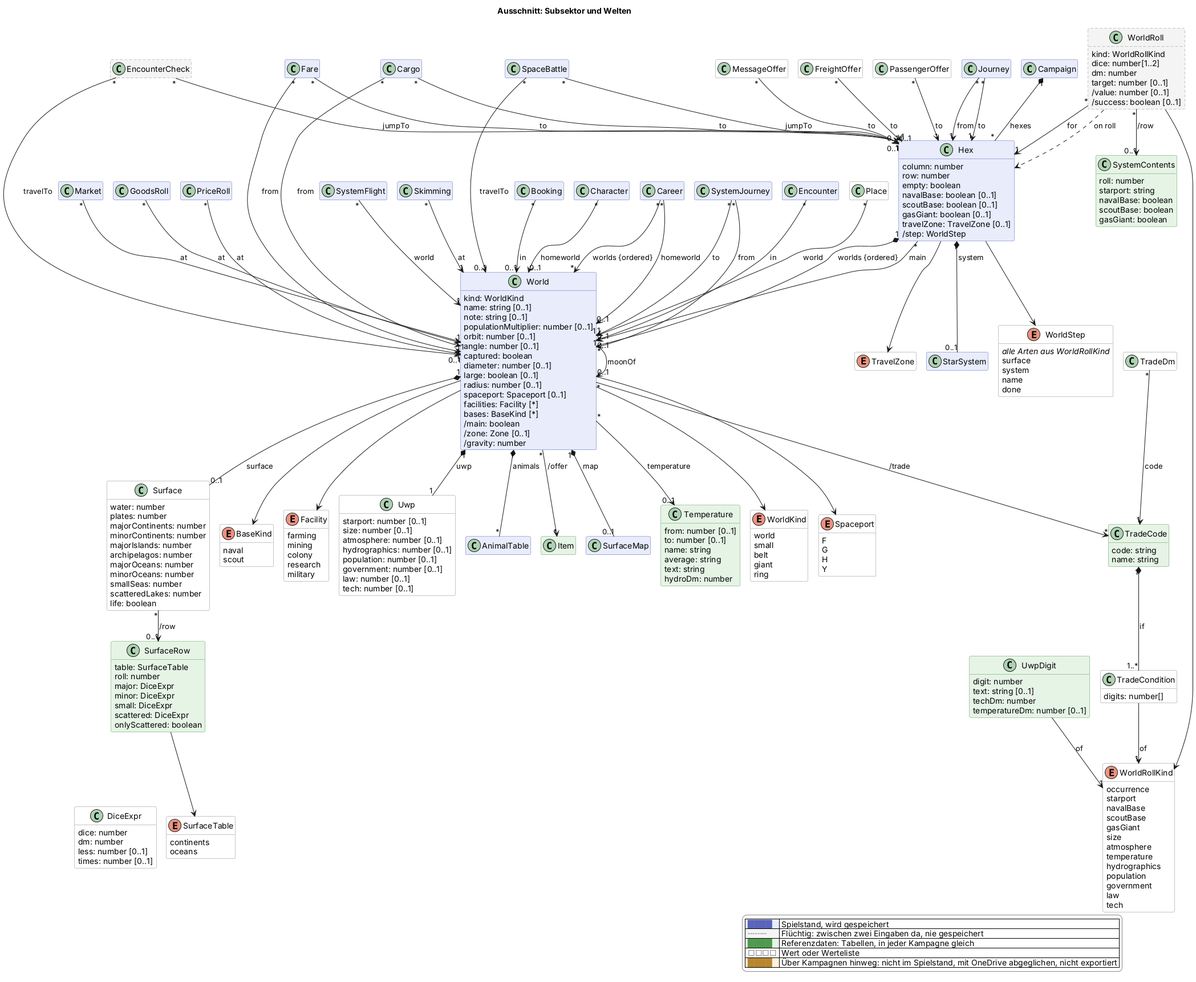
This is docs/views/sektor.png from scuzzar/SRE, a PlantUML export, as it was before one commit.
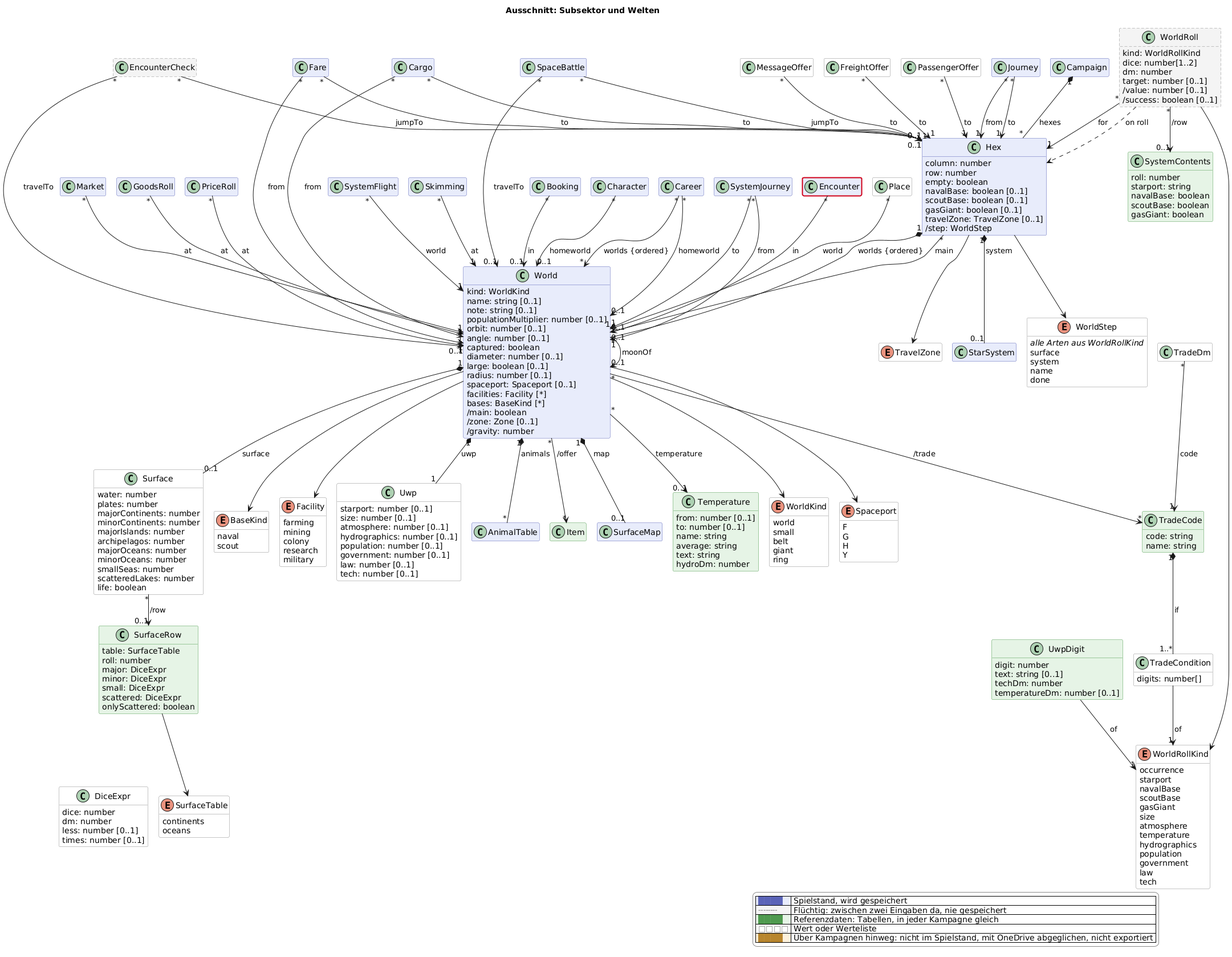
After the commit.

Change to the diagram source:
```diff
@@ -336,4 +336,5 @@
   |<#ffffff> <color:#8a8a8a>□□□□</color> | Wert oder Werteliste |
   |<#fdf1dc> <color:#b8862e>████</color> | Über Kampagnen hinweg: nicht im Spielstand, mit OneDrive abgeglichen, nicht exportiert |
 endlegend
+class Encounter #line:d0021b;line.bold
 @enduml
```
